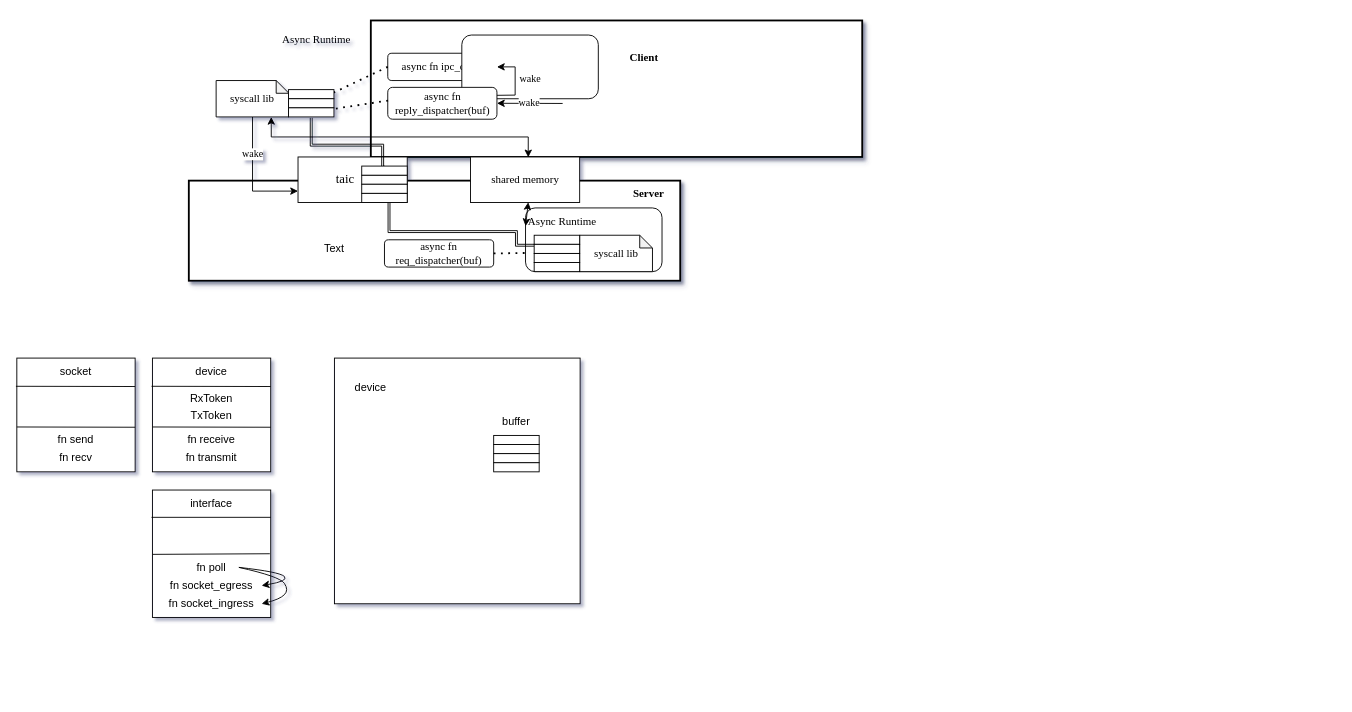
Earlier version of the draw.io diagram async_framework.drawio (wyatt-dai/GraduationProject). Source tidied: cells renumbered, new cells numbered last; positions are measured from the earlier drawing's top-left corner, leaving out a move shared by most shapes. Both pictures are drawn from the tidied source at 91%, with x=0, y=0 at pixel (15, 20).
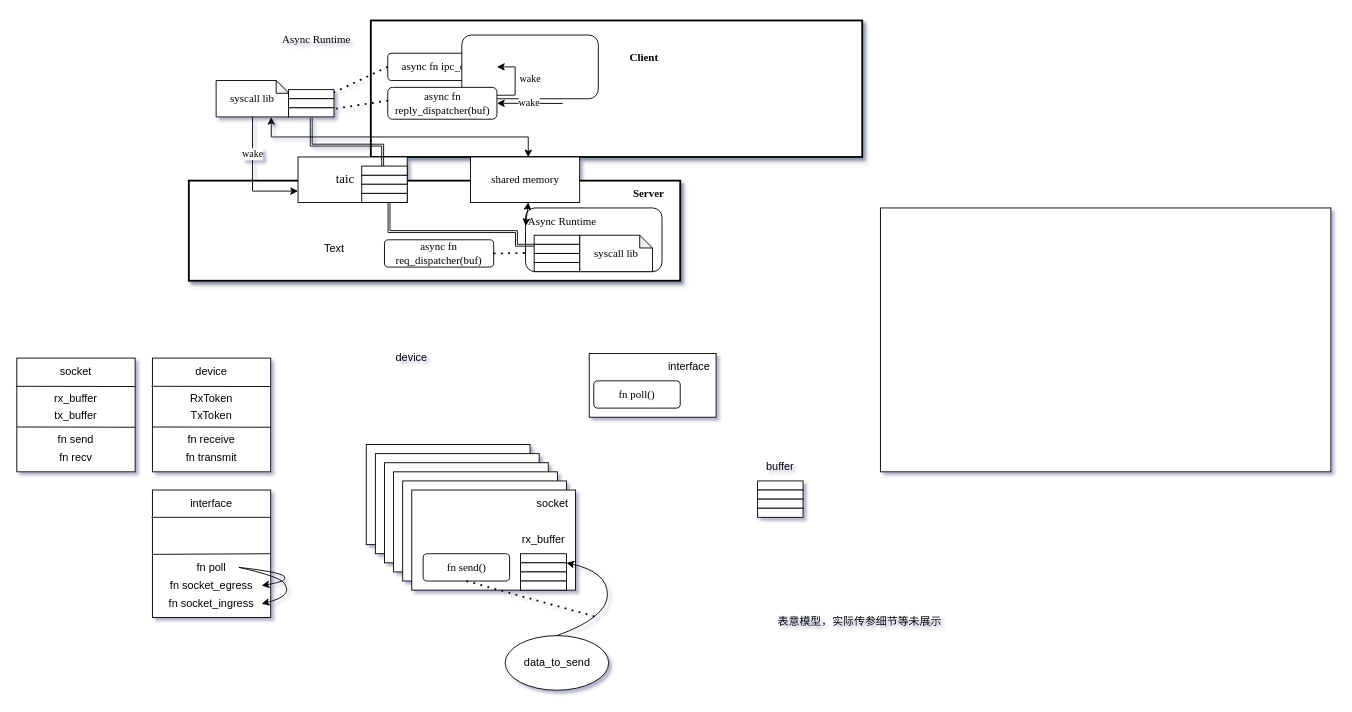
The same diagram, later.

What changed in the source:
```diff
@@
     <mxCell id="41" style="rounded=0;whiteSpace=wrap;html=1;" parent="1" vertex="1">
-      <mxGeometry x="350" y="371" width="270" height="270" as="geometry" />
+      <mxGeometry x="950" y="206" width="495" height="290" as="geometry" />
     </mxCell>
     <mxCell id="42" value="device" style="text;html=1;align=center;verticalAlign=middle;whiteSpace=wrap;rounded=0;" parent="1" vertex="1">
-      <mxGeometry x="360" y="388.5" width="60" height="30" as="geometry" />
+      <mxGeometry x="405" y="356" width="60" height="30" as="geometry" />
     </mxCell>
     <mxCell id="43" style="rounded=0;whiteSpace=wrap;html=1;" parent="1" vertex="1">
-      <mxGeometry x="525" y="456" width="50" height="10" as="geometry" />
+      <mxGeometry x="815" y="506" width="50" height="10" as="geometry" />
     </mxCell>
     <mxCell id="44" style="rounded=0;whiteSpace=wrap;html=1;" parent="1" vertex="1">
-      <mxGeometry x="525" y="466" width="50" height="10" as="geometry" />
+      <mxGeometry x="815" y="516" width="50" height="10" as="geometry" />
     </mxCell>
     <mxCell id="45" style="rounded=0;whiteSpace=wrap;html=1;" parent="1" vertex="1">
-      <mxGeometry x="525" y="476" width="50" height="10" as="geometry" />
+      <mxGeometry x="815" y="526" width="50" height="10" as="geometry" />
     </mxCell>
     <mxCell id="46" style="rounded=0;whiteSpace=wrap;html=1;" parent="1" vertex="1">
-      <mxGeometry x="525" y="486" width="50" height="10" as="geometry" />
+      <mxGeometry x="815" y="536" width="50" height="10" as="geometry" />
     </mxCell>
@@
     <mxCell id="71" value="buffer" style="text;html=1;align=center;verticalAlign=middle;whiteSpace=wrap;rounded=0;" parent="1" vertex="1">
-      <mxGeometry x="520" y="426" width="60" height="30" as="geometry" />
+      <mxGeometry x="810" y="476" width="60" height="27.5" as="geometry" />
     </mxCell>
+    <mxCell id="72" value="rx_buffer" style="text;html=1;align=center;verticalAlign=middle;whiteSpace=wrap;rounded=0;" parent="1" vertex="1">
+      <mxGeometry x="36" y="401" width="60" height="30" as="geometry" />
+    </mxCell>
+    <mxCell id="73" value="tx_buffer" style="text;html=1;align=center;verticalAlign=middle;whiteSpace=wrap;rounded=0;" parent="1" vertex="1">
+      <mxGeometry x="36" y="418.5" width="60" height="30" as="geometry" />
+    </mxCell>
+    <mxCell id="74" style="rounded=0;whiteSpace=wrap;html=1;" parent="1" vertex="1">
+      <mxGeometry x="385" y="466" width="180" height="110" as="geometry" />
+    </mxCell>
+    <mxCell id="75" style="rounded=0;whiteSpace=wrap;html=1;" parent="1" vertex="1">
+      <mxGeometry x="395" y="476" width="180" height="110" as="geometry" />
+    </mxCell>
+    <mxCell id="76" style="rounded=0;whiteSpace=wrap;html=1;" parent="1" vertex="1">
+      <mxGeometry x="405" y="486" width="180" height="110" as="geometry" />
+    </mxCell>
+    <mxCell id="77" style="rounded=0;whiteSpace=wrap;html=1;" parent="1" vertex="1">
+      <mxGeometry x="415" y="496" width="180" height="110" as="geometry" />
+    </mxCell>
+    <mxCell id="78" style="rounded=0;whiteSpace=wrap;html=1;" parent="1" vertex="1">
+      <mxGeometry x="425" y="506" width="180" height="110" as="geometry" />
+    </mxCell>
+    <mxCell id="79" style="rounded=0;whiteSpace=wrap;html=1;" parent="1" vertex="1">
+      <mxGeometry x="435" y="516" width="180" height="110" as="geometry" />
+    </mxCell>
+    <mxCell id="80" value="socket" style="text;html=1;align=center;verticalAlign=middle;whiteSpace=wrap;rounded=0;" parent="1" vertex="1">
+      <mxGeometry x="559.5" y="516" width="60" height="30" as="geometry" />
+    </mxCell>
+    <mxCell id="81" style="rounded=0;whiteSpace=wrap;html=1;" parent="1" vertex="1">
+      <mxGeometry x="554.5" y="586" width="50.5" height="10" as="geometry" />
+    </mxCell>
+    <mxCell id="82" style="rounded=0;whiteSpace=wrap;html=1;" parent="1" vertex="1">
+      <mxGeometry x="554.5" y="596" width="50.5" height="10" as="geometry" />
+    </mxCell>
+    <mxCell id="83" style="rounded=0;whiteSpace=wrap;html=1;" parent="1" vertex="1">
+      <mxGeometry x="554.5" y="606" width="50.5" height="10" as="geometry" />
+    </mxCell>
+    <mxCell id="84" style="rounded=0;whiteSpace=wrap;html=1;" parent="1" vertex="1">
+      <mxGeometry x="554.5" y="616" width="50.5" height="10" as="geometry" />
+    </mxCell>
+    <mxCell id="85" value="rx_buffer" style="text;html=1;align=center;verticalAlign=middle;whiteSpace=wrap;rounded=0;" parent="1" vertex="1">
+      <mxGeometry x="549.5" y="556" width="60" height="30" as="geometry" />
+    </mxCell>
+    <mxCell id="86" value="&lt;font face=&quot;Times New Roman&quot;&gt;fn&amp;nbsp;send&lt;/font&gt;&lt;font face=&quot;Times New Roman&quot;&gt;()&lt;/font&gt;" style="rounded=1;whiteSpace=wrap;html=1;" parent="1" vertex="1">
+      <mxGeometry x="447.5" y="586" width="95" height="30" as="geometry" />
+    </mxCell>
+    <mxCell id="87" value="表意模型，实际传参细节等未展示" style="text;html=1;align=center;verticalAlign=middle;whiteSpace=wrap;rounded=0;" parent="1" vertex="1">
+      <mxGeometry x="815" y="646" width="225" height="30" as="geometry" />
+    </mxCell>
+    <mxCell id="88" value="data_to_send" style="ellipse;whiteSpace=wrap;html=1;rotation=0;" parent="1" vertex="1">
+      <mxGeometry x="537.6" y="676" width="113.8" height="60" as="geometry" />
+    </mxCell>
+    <mxCell id="89" style="curved=1;endArrow=classic;html=1;rounded=0;exitX=0.5;exitY=0;exitDx=0;exitDy=0;entryX=1;entryY=0;entryDx=0;entryDy=0;" parent="1" edge="1" source="88" target="82">
+      <mxGeometry relative="1" as="geometry">
+        <Array as="points">
+          <mxPoint x="650" y="656" />
+          <mxPoint x="650" y="606" />
+        </Array>
+      </mxGeometry>
+    </mxCell>
+    <mxCell id="90" style="endArrow=none;dashed=1;html=1;dashPattern=1 3;strokeWidth=2;rounded=0;exitX=0.5;exitY=1;exitDx=0;exitDy=0;" parent="1" edge="1" source="86">
+      <mxGeometry relative="1" as="geometry">
+        <mxPoint x="640" y="656" as="targetPoint" />
+      </mxGeometry>
+    </mxCell>
+    <mxCell id="91" style="rounded=0;whiteSpace=wrap;html=1;" parent="1" vertex="1">
+      <mxGeometry x="630" y="366" width="139.4" height="70" as="geometry" />
+    </mxCell>
+    <mxCell id="92" value="interface" style="text;html=1;align=center;verticalAlign=middle;whiteSpace=wrap;rounded=0;" parent="1" vertex="1">
+      <mxGeometry x="710" y="366" width="60" height="30" as="geometry" />
+    </mxCell>
+    <mxCell id="93" value="&lt;font face=&quot;Times New Roman&quot;&gt;fn&amp;nbsp;poll&lt;/font&gt;&lt;font face=&quot;Times New Roman&quot;&gt;()&lt;/font&gt;" style="rounded=1;whiteSpace=wrap;html=1;" parent="1" vertex="1">
+      <mxGeometry x="635" y="396" width="95" height="30" as="geometry" />
+    </mxCell>
```
